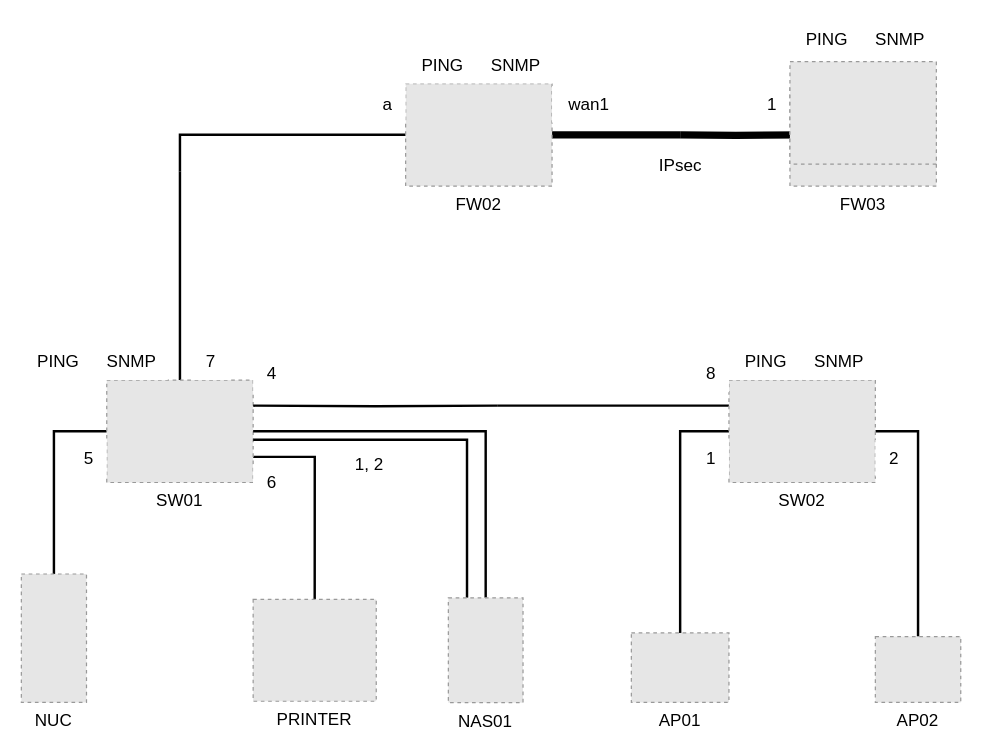
Above: Network Topology 2.drawio in Empakt/Draw.io_Stuff (draw.io), before the change. Source tidied: cells renumbered, new cells numbered last; positions are measured from the earlier drawing's top-left corner, leaving out a move shared by most shapes. Both pictures are drawn from the tidied source at 122%, with x=0, y=0 at pixel (21, 21). Pictures stored in the file or linked from it are replaced by grey dashed boxes.
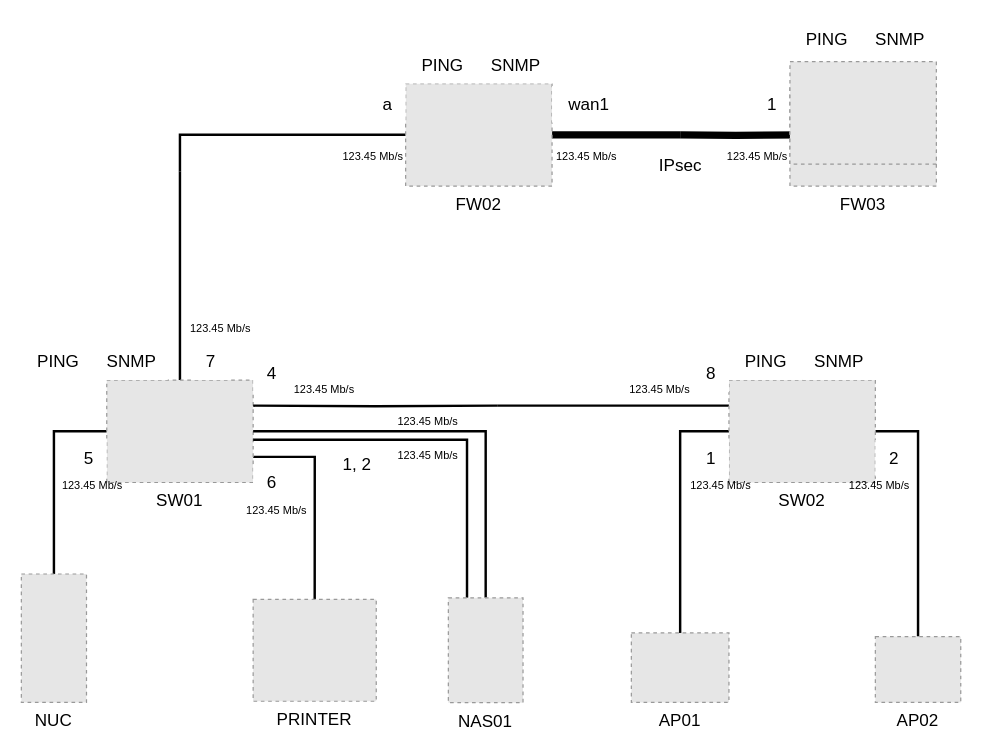
The same diagram, later.

What changed in the source:
```diff
@@
     <mxCell id="27" value="1, 2" style="text;html=1;align=center;verticalAlign=middle;strokeColor=none;fillColor=#FFFFFF;fontSize=14;" parent="1" vertex="1">
-      <mxGeometry x="260" y="348" width="50" height="30" as="geometry" />
+      <mxGeometry x="250" y="348" width="50" height="30" as="geometry" />
     </mxCell>
@@
+    <mxCell id="45" value="123.45 Mb/s" style="text;html=1;align=center;verticalAlign=middle;strokeColor=none;fillColor=none;fontSize=9;" parent="1" vertex="1">
+      <mxGeometry x="435" y="103" width="55" height="15" as="geometry" />
+    </mxCell>
+    <mxCell id="46" value="123.45 Mb/s" style="text;html=1;align=center;verticalAlign=middle;strokeColor=none;fillColor=none;fontSize=9;" parent="1" vertex="1">
+      <mxGeometry x="575" y="103" width="55" height="15" as="geometry" />
+    </mxCell>
+    <mxCell id="47" value="123.45 Mb/s" style="text;html=1;align=center;verticalAlign=middle;strokeColor=none;fillColor=none;fontSize=9;" parent="1" vertex="1">
+      <mxGeometry x="260" y="103" width="55" height="15" as="geometry" />
+    </mxCell>
+    <mxCell id="48" value="123.45 Mb/s" style="text;html=1;align=center;verticalAlign=middle;strokeColor=none;fillColor=none;fontSize=9;" parent="1" vertex="1">
+      <mxGeometry x="135" y="244" width="55" height="15" as="geometry" />
+    </mxCell>
+    <mxCell id="49" value="123.45 Mb/s" style="text;html=1;align=center;verticalAlign=middle;strokeColor=none;fillColor=none;fontSize=9;" parent="1" vertex="1">
+      <mxGeometry x="220" y="294" width="55" height="15" as="geometry" />
+    </mxCell>
+    <mxCell id="50" value="123.45 Mb/s" style="text;html=1;align=center;verticalAlign=middle;strokeColor=none;fillColor=none;fontSize=9;" parent="1" vertex="1">
+      <mxGeometry x="305" y="320" width="55" height="15" as="geometry" />
+    </mxCell>
+    <mxCell id="51" value="123.45 Mb/s" style="text;html=1;align=center;verticalAlign=middle;strokeColor=none;fillColor=none;fontSize=9;" parent="1" vertex="1">
+      <mxGeometry x="305" y="348" width="55" height="15" as="geometry" />
+    </mxCell>
+    <mxCell id="52" value="123.45 Mb/s" style="text;html=1;align=center;verticalAlign=middle;strokeColor=none;fillColor=none;fontSize=9;" parent="1" vertex="1">
+      <mxGeometry x="181" y="393" width="55" height="15" as="geometry" />
+    </mxCell>
+    <mxCell id="53" value="123.45 Mb/s" style="text;html=1;align=center;verticalAlign=middle;strokeColor=none;fillColor=none;fontSize=9;" parent="1" vertex="1">
+      <mxGeometry x="30" y="373" width="55" height="15" as="geometry" />
+    </mxCell>
+    <mxCell id="54" value="123.45 Mb/s" style="text;html=1;align=center;verticalAlign=middle;strokeColor=none;fillColor=none;fontSize=9;" parent="1" vertex="1">
+      <mxGeometry x="495" y="294" width="55" height="15" as="geometry" />
+    </mxCell>
+    <mxCell id="55" value="123.45 Mb/s" style="text;html=1;align=center;verticalAlign=middle;strokeColor=none;fillColor=none;fontSize=9;" parent="1" vertex="1">
+      <mxGeometry x="545" y="373" width="55" height="15" as="geometry" />
+    </mxCell>
+    <mxCell id="56" value="123.45 Mb/s" style="text;html=1;align=center;verticalAlign=middle;strokeColor=none;fillColor=none;fontSize=9;" parent="1" vertex="1">
+      <mxGeometry x="675" y="373" width="55" height="15" as="geometry" />
+    </mxCell>
```
